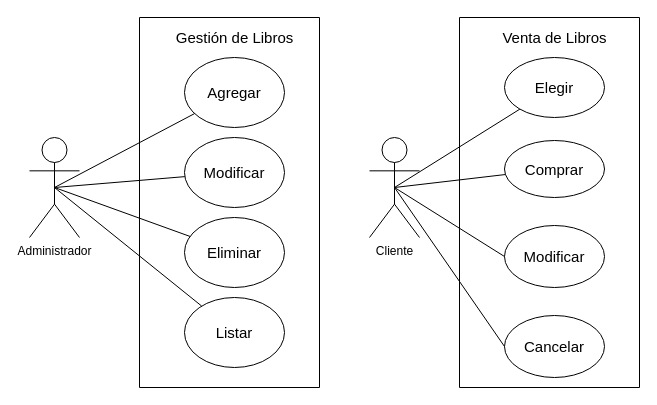
Earlier version of the draw.io diagram BeduF2M2-CasosDeUso.drawio (BeduTeam3/Proyecto-Fase-2). Source tidied: cells renumbered, new cells numbered last; positions are measured from the earlier drawing's top-left corner, leaving out a move shared by most shapes. Both pictures are drawn from the tidied source at 100%, with x=0, y=0 at pixel (29, 17).
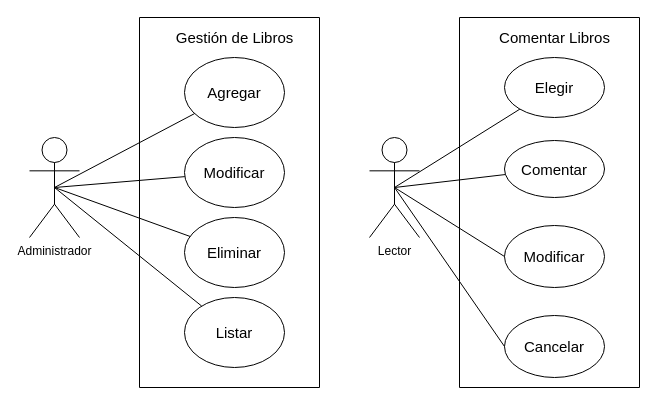
The same page after the edit.

Commit message (it also covers changes not shown here):
Actualización de user stories y casos de uso.

Unchanged cells that the change refers to:
```xml
<mxCell id="13" style="swimlane;startSize=0;" parent="1" vertex="1">
  <mxGeometry x="430" width="180" height="370" as="geometry" />
</mxCell>
```

The edit, as a diff of the source:
```diff
@@
-    <mxCell id="14" value="Venta de Libros" style="text;html=1;align=center;verticalAlign=middle;strokeColor=none;fontSize=15;" parent="13" vertex="1">
-      <mxGeometry x="35" y="10" width="120" height="20" as="geometry" />
+    <mxCell id="14" value="Comentar Libros" style="text;html=1;align=center;verticalAlign=middle;strokeColor=none;fontSize=15;" parent="13" vertex="1">
+      <mxGeometry x="30" y="10" width="130" height="20" as="geometry" />
     </mxCell>
@@
-    <mxCell id="16" value="Comprar" style="ellipse;whiteSpace=wrap;html=1;fontSize=15;" parent="13" vertex="1">
+    <mxCell id="16" value="Comentar" style="ellipse;whiteSpace=wrap;html=1;fontSize=15;" parent="13" vertex="1">
       <mxGeometry x="45" y="123" width="100" height="57" as="geometry" />
     </mxCell>
@@
-    <mxCell id="19" value="Cliente" style="shape=umlActor;verticalLabelPosition=bottom;verticalAlign=top;html=1;outlineConnect=0;" parent="1" vertex="1">
+    <mxCell id="19" value="Lector" style="shape=umlActor;verticalLabelPosition=bottom;verticalAlign=top;html=1;outlineConnect=0;" parent="1" vertex="1">
       <mxGeometry x="340" y="120" width="50" height="100" as="geometry" />
     </mxCell>
```
